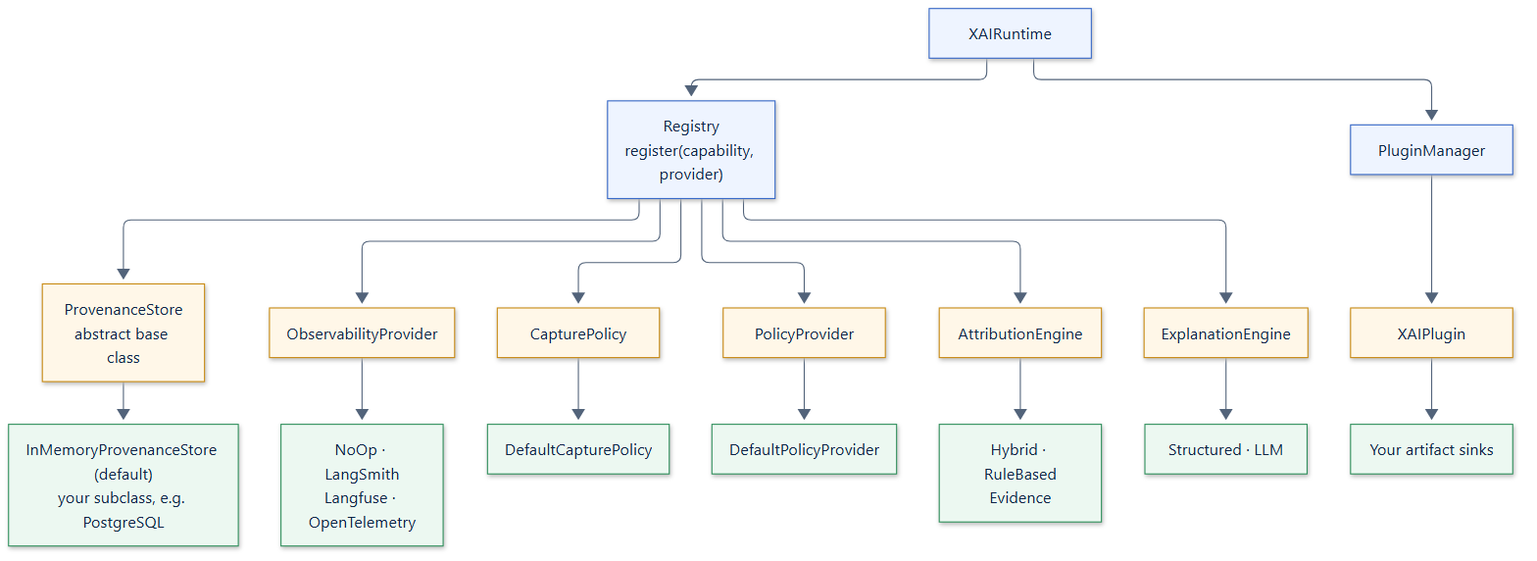
Before: docs/assets/diagrams/extensibility.png, a diagram exported from Mermaid (smuniharish/agxai). Its source is kept beside it as diagrams/extensibility.mmd.
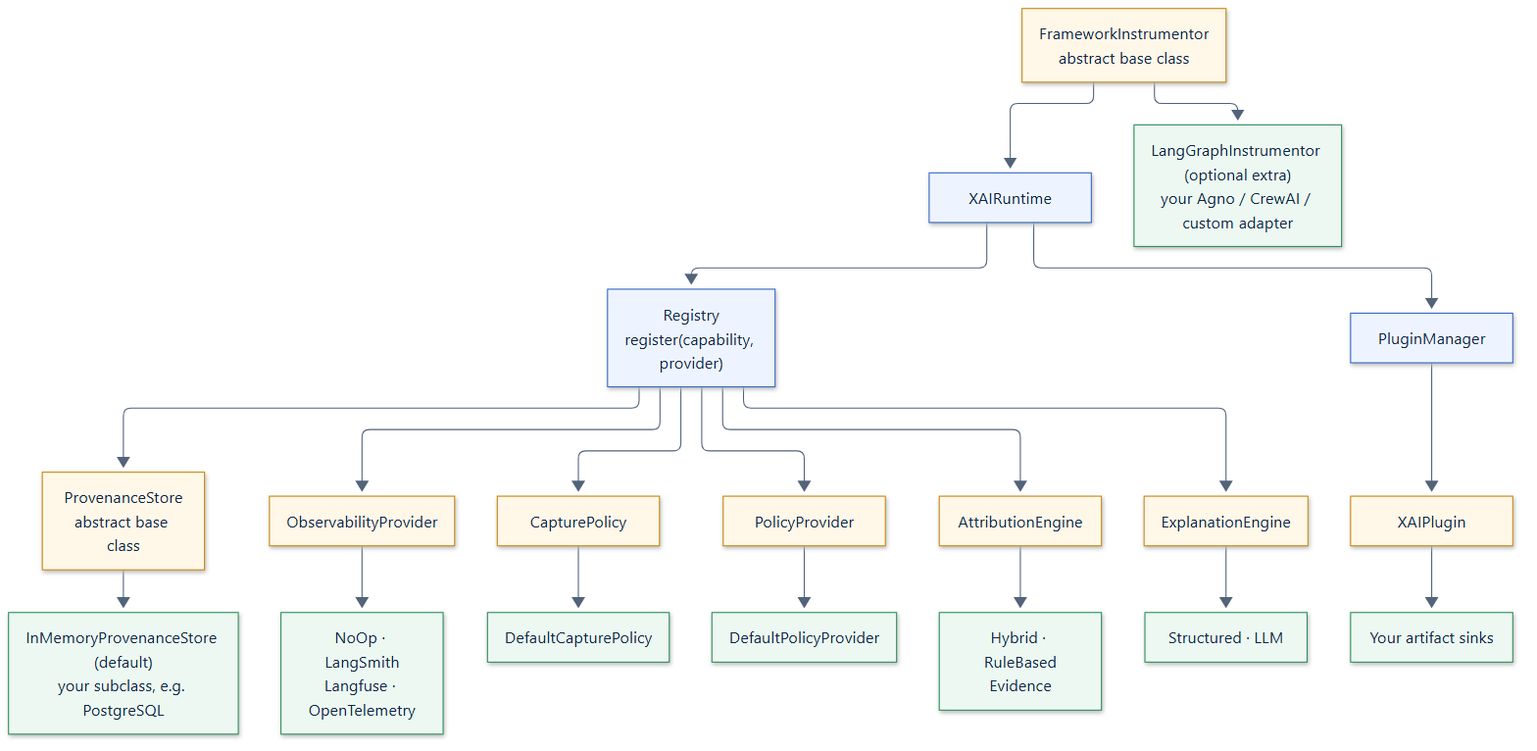
After the change.

The edit, as a diff of the source:
```diff
@@ -4,6 +4,9 @@
     classDef impl fill:#ecf8f1,stroke:#2f8f5b,color:#0f2547
 
     runtime["XAIRuntime"]:::core
+    framework["FrameworkInstrumentor<br/>abstract base class"]:::protocol
+    framework --> runtime
+    framework --> frameworks["LangGraphInstrumentor (optional extra)<br/>your Agno / CrewAI / custom adapter"]:::impl
     registry["Registry<br/>register(capability, provider)"]:::core
     runtime --> registry
     runtime --> manager["PluginManager"]:::core
```
